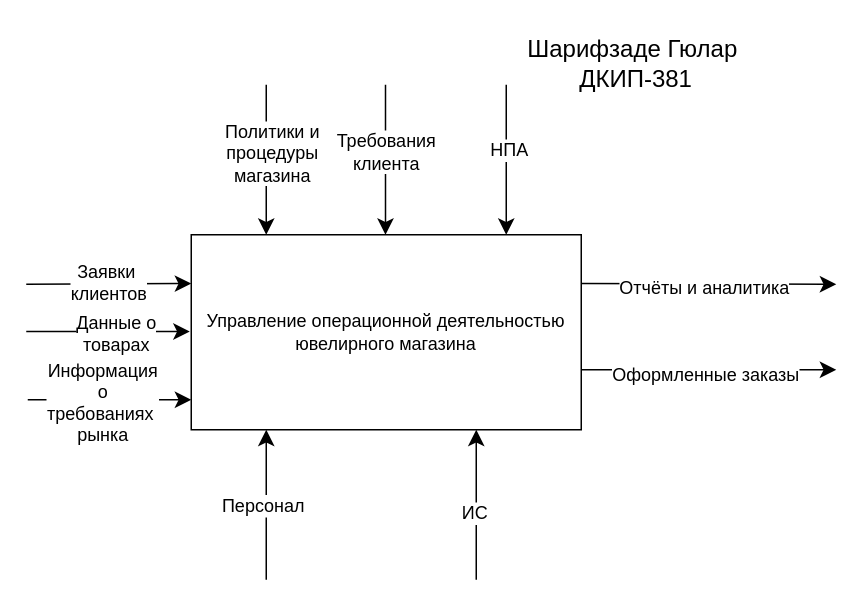
Earlier version of the draw.io diagram уровень 0.drawio (Moonteddy777/Laba). Source tidied: cells renumbered, new cells numbered last; positions are measured from the earlier drawing's top-left corner, leaving out a move shared by most shapes. Both pictures are drawn from the tidied source at 150%, with x=0, y=0 at pixel (26, 26).
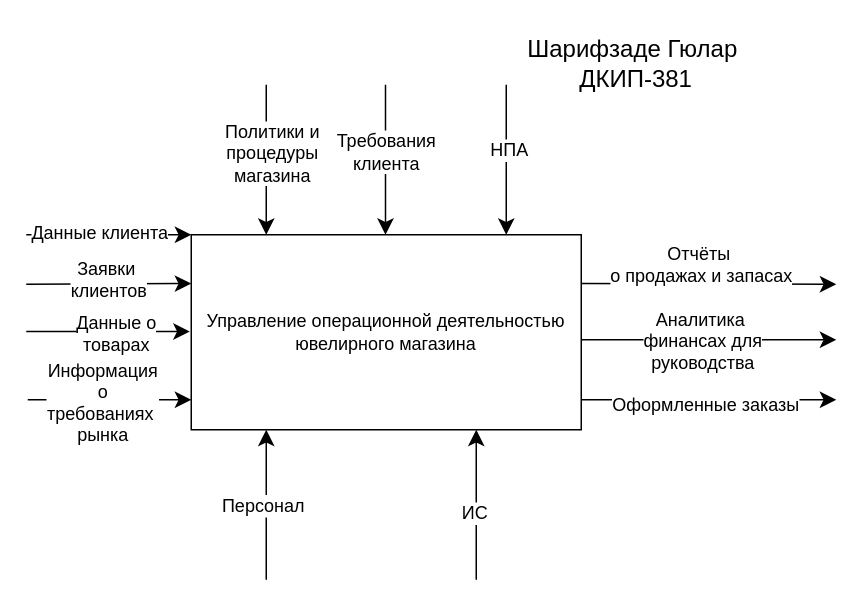
The same page after the edit.

The change refers to these unchanged cells:
```xml
<mxCell id="7" style="endArrow=classic;html=1;rounded=0;fontSize=12;startSize=8;endSize=8;curved=1;entryX=0;entryY=0.25;entryDx=0;entryDy=0;" parent="1" edge="1" target="2">
  <mxGeometry relative="1" as="geometry">
    <mxPoint y="172" as="sourcePoint" />
  </mxGeometry>
</mxCell>
<mxCell id="9" style="endArrow=classic;html=1;rounded=0;fontSize=12;startSize=8;endSize=8;curved=1;exitX=1;exitY=0.25;exitDx=0;exitDy=0;" parent="1" edge="1" source="2">
  <mxGeometry relative="1" as="geometry">
    <mxPoint x="540" y="172" as="targetPoint" />
  </mxGeometry>
</mxCell>
```

The edit, as a diff of the source:
```diff
@@
     <mxCell id="8" value="Заявки&amp;nbsp;&lt;div&gt;клиентов&lt;/div&gt;" style="edgeLabel;html=1;align=center;verticalAlign=middle;fontSize=12;" parent="7" vertex="1">
-      <mxGeometry y="1" relative="1" as="geometry" />
+      <mxGeometry y="1" relative="1" as="geometry">
+        <mxPoint y="-2" as="offset" />
+      </mxGeometry>
     </mxCell>
@@
-    <mxCell id="10" value="Отчёты и аналитика" style="edgeLabel;html=1;align=center;verticalAlign=middle;fontSize=12;" parent="9" vertex="1">
-      <mxGeometry x="-0.03" y="-3" relative="1" as="geometry" />
+    <mxCell id="10" value="Отчёты&amp;nbsp;&lt;div&gt;о продажах и запасах&lt;/div&gt;" style="edgeLabel;html=1;align=center;verticalAlign=middle;fontSize=12;" parent="9" vertex="1">
+      <mxGeometry x="-0.03" y="-3" relative="1" as="geometry">
+        <mxPoint x="-2" y="-16" as="offset" />
+      </mxGeometry>
     </mxCell>
@@
     <mxCell id="19" style="endArrow=classic;html=1;rounded=0;fontSize=12;startSize=8;endSize=8;curved=1;exitX=1;exitY=0.25;exitDx=0;exitDy=0;" parent="1" edge="1">
       <mxGeometry relative="1" as="geometry">
-        <mxPoint x="370" y="229" as="sourcePoint" />
-        <mxPoint x="540" y="229" as="targetPoint" />
+        <mxPoint x="370" y="249" as="sourcePoint" />
+        <mxPoint x="540" y="249" as="targetPoint" />
       </mxGeometry>
     </mxCell>
@@
+    <mxCell id="24" style="endArrow=classic;html=1;rounded=0;fontSize=12;startSize=8;endSize=8;curved=1;entryX=0;entryY=0.25;entryDx=0;entryDy=0;" parent="1" edge="1">
+      <mxGeometry relative="1" as="geometry">
+        <mxPoint y="139" as="sourcePoint" />
+        <mxPoint x="110" y="139" as="targetPoint" />
+      </mxGeometry>
+    </mxCell>
+    <mxCell id="25" value="Данные клиента" style="edgeLabel;html=1;align=center;verticalAlign=middle;fontSize=12;" parent="24" vertex="1">
+      <mxGeometry x="-0.13" y="2" relative="1" as="geometry" />
+    </mxCell>
+    <mxCell id="26" style="endArrow=classic;html=1;rounded=0;fontSize=12;startSize=8;endSize=8;curved=1;exitX=1;exitY=0.25;exitDx=0;exitDy=0;" parent="1" edge="1">
+      <mxGeometry relative="1" as="geometry">
+        <mxPoint x="370" y="209" as="sourcePoint" />
+        <mxPoint x="540" y="209" as="targetPoint" />
+      </mxGeometry>
+    </mxCell>
+    <mxCell id="27" value="Аналитика&amp;nbsp;&lt;div&gt;финансах для&lt;/div&gt;&lt;div&gt;руководства&lt;/div&gt;" style="edgeLabel;html=1;align=center;verticalAlign=middle;fontSize=12;" parent="26" vertex="1">
+      <mxGeometry x="-0.03" y="-3" relative="1" as="geometry">
+        <mxPoint x="-2" y="-3" as="offset" />
+      </mxGeometry>
+    </mxCell>
```
